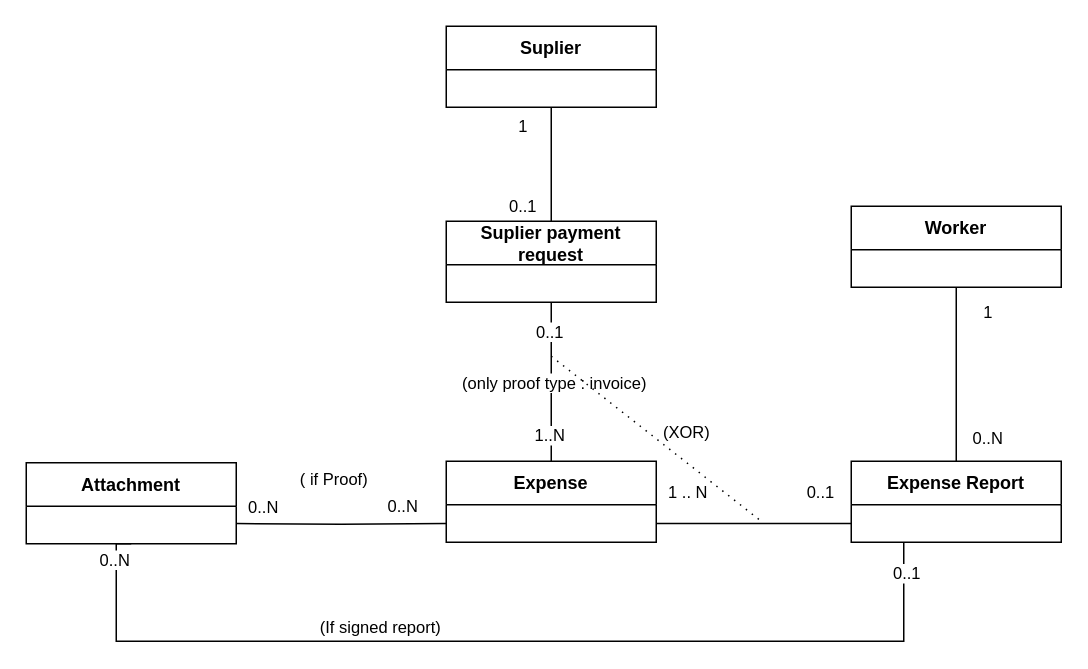
Idir-smart/SandBox keeps this draw.io diagram as page "détail paiment du fournisseur" (3 of 5) of Diagramme sans nom.drawio. Above is the earlier version. Source tidied: cells renumbered, new cells numbered last; positions are measured from the earlier drawing's top-left corner, leaving out a move shared by most shapes. Both pictures are drawn from the tidied source at 150%, with x=0, y=0 at pixel (26, 26).
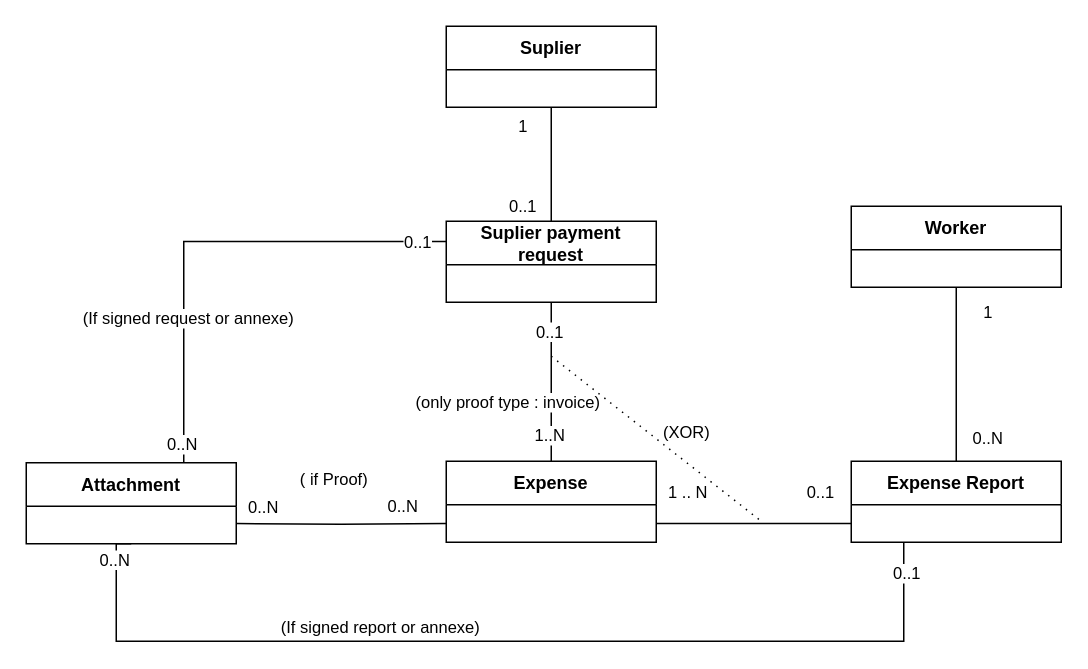
The same page after the edit.

Unchanged cells that the change refers to:
```xml
<mxCell id="2" style="edgeStyle=orthogonalEdgeStyle;rounded=0;jettySize=auto;html=1;exitX=0.5;exitY=1;exitDx=0;exitDy=0;entryX=0.25;entryY=1;entryDx=0;entryDy=0;endArrow=none;endFill=0;" parent="1" edge="1" source="6" target="15">
  <mxGeometry relative="1" as="geometry">
    <Array as="points">
      <mxPoint x="60" y="410" />
      <mxPoint x="585" y="410" />
    </Array>
  </mxGeometry>
</mxCell>
<mxCell id="6" value="Attachment" style="swimlane;fontStyle=1;align=center;verticalAlign=middle;horizontal=1;startSize=29;html=1;whiteSpace=wrap;" parent="1" vertex="1">
  <mxGeometry y="291" width="140" height="54" as="geometry" />
</mxCell>
<mxCell id="7" style="edgeStyle=orthogonalEdgeStyle;rounded=0;jettySize=auto;html=1;exitX=0.5;exitY=0;exitDx=0;exitDy=0;entryX=0.5;entryY=1;entryDx=0;entryDy=0;strokeColor=default;align=center;verticalAlign=middle;fontFamily=Helvetica;fontSize=11;fontColor=default;labelBackgroundColor=default;endArrow=none;endFill=0;" parent="1" edge="1" source="11" target="27">
  <mxGeometry relative="1" as="geometry" />
</mxCell>
<mxCell id="27" value="Suplier payment request" style="swimlane;fontStyle=1;align=center;verticalAlign=middle;horizontal=1;startSize=29;html=1;whiteSpace=wrap;" parent="1" vertex="1">
  <mxGeometry x="280" y="130" width="140" height="54" as="geometry" />
</mxCell>
```

Diff of the diagram source:
```diff
@@
-    <mxCell id="5" value="(If signed report)" style="edgeLabel;html=1;align=center;verticalAlign=middle;" parent="2" vertex="1">
+    <mxCell id="5" value="(If signed report or annexe)" style="edgeLabel;html=1;align=center;verticalAlign=middle;" parent="2" vertex="1">
       <mxGeometry x="-0.25" relative="1" as="geometry">
         <mxPoint y="-10" as="offset" />
       </mxGeometry>
     </mxCell>
+    <mxCell id="31" style="edgeStyle=orthogonalEdgeStyle;rounded=0;jettySize=auto;html=1;exitX=0.75;exitY=0;exitDx=0;exitDy=0;entryX=0;entryY=0.25;entryDx=0;entryDy=0;endArrow=none;endFill=0;" parent="1" edge="1" source="6" target="27">
+      <mxGeometry relative="1" as="geometry" />
+    </mxCell>
+    <mxCell id="32" value="0..N" style="edgeLabel;html=1;align=center;verticalAlign=middle;" parent="31" vertex="1">
+      <mxGeometry x="-0.92" y="2" relative="1" as="geometry" />
+    </mxCell>
+    <mxCell id="33" value="0..1" style="edgeLabel;html=1;align=center;verticalAlign=middle;" parent="31" vertex="1">
+      <mxGeometry x="0.88" relative="1" as="geometry" />
+    </mxCell>
+    <mxCell id="34" value="(If signed request or annexe)" style="edgeLabel;html=1;align=center;verticalAlign=middle;" parent="31" vertex="1">
+      <mxGeometry x="-0.4" y="-2" relative="1" as="geometry" />
+    </mxCell>
@@
     <mxCell id="8" value="(only proof type : invoice)" style="edgeLabel;html=1;align=center;verticalAlign=middle;rounded=0;strokeColor=default;fontFamily=Helvetica;fontSize=11;fontColor=default;labelBackgroundColor=default;" parent="7" vertex="1">
-      <mxGeometry y="-1" relative="1" as="geometry" />
+      <mxGeometry y="-1" relative="1" as="geometry">
+        <mxPoint x="-31" y="13" as="offset" />
+      </mxGeometry>
     </mxCell>
```
